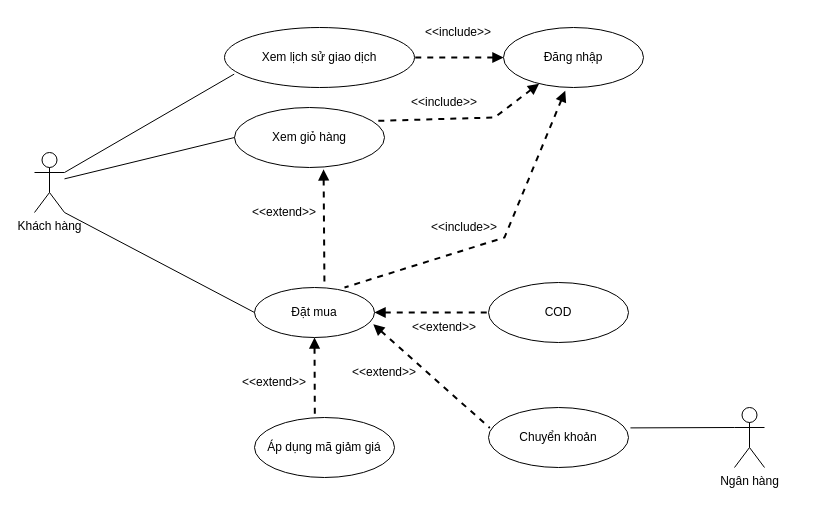
Above: Use Case Diagram/Cart_Checkout.drawio in NguyenThaiDung2003/IT3120Nhom11 (draw.io), before the change. Source tidied: cells renumbered, new cells numbered last; positions are measured from the earlier drawing's top-left corner, leaving out a move shared by most shapes. Both pictures are drawn from the tidied source at 100%, with x=0, y=0 at pixel (34, 17).
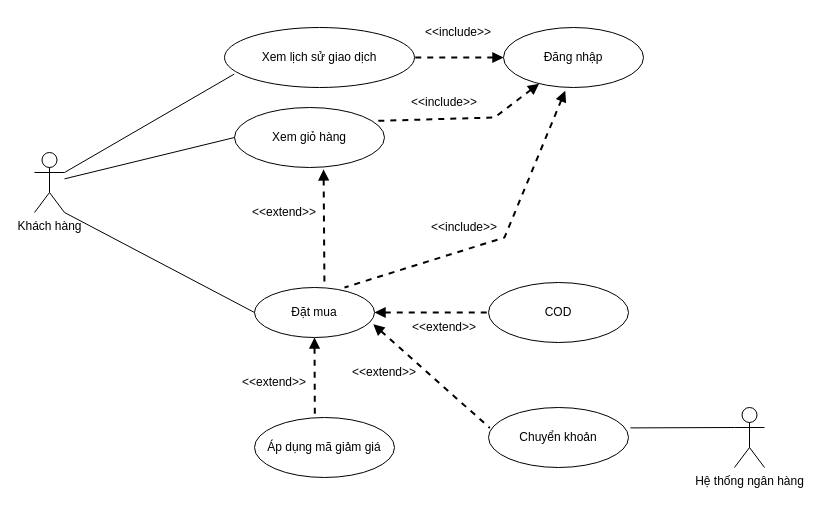
Above is the later version.

What changed in the source:
```diff
@@
-    <mxCell id="8" value="Ngân hàng" style="shape=umlActor;verticalLabelPosition=bottom;verticalAlign=top;html=1;outlineConnect=0;" parent="1" vertex="1">
+    <mxCell id="8" value="Hệ thống ngân hàng" style="shape=umlActor;verticalLabelPosition=bottom;verticalAlign=top;html=1;outlineConnect=0;" parent="1" vertex="1">
       <mxGeometry x="700" y="390" width="30" height="60" as="geometry" />
     </mxCell>
```
